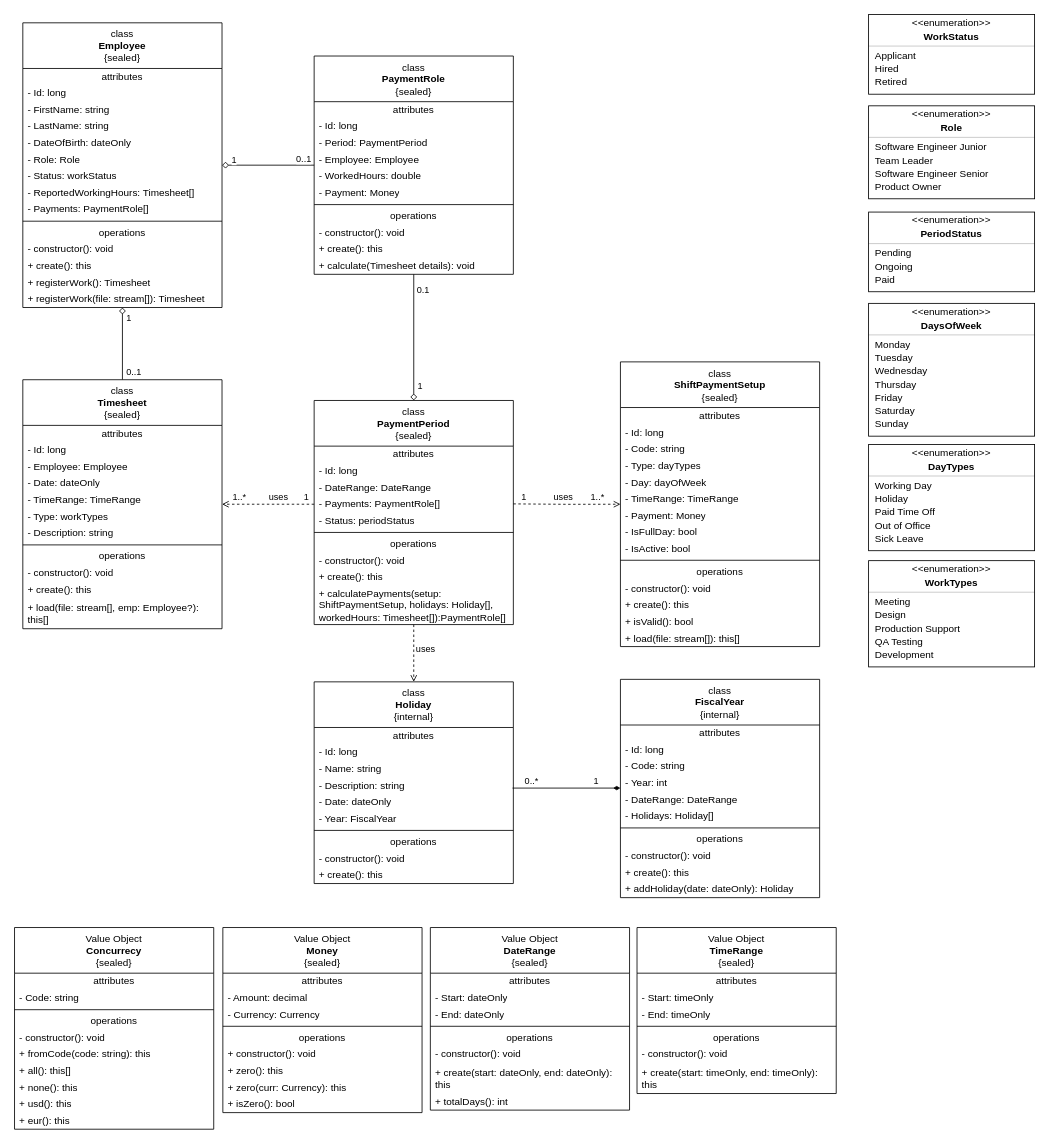
Earlier version of the draw.io diagram docs/diagrams/PaymentRole-app.drawio (rsmacias/PaymentCalculator). Source tidied: cells renumbered, new cells numbered last; positions are measured from the earlier drawing's top-left corner, leaving out a move shared by most shapes. Both pictures are drawn from the tidied source at 83%, with x=0, y=0 at pixel (14, 14).
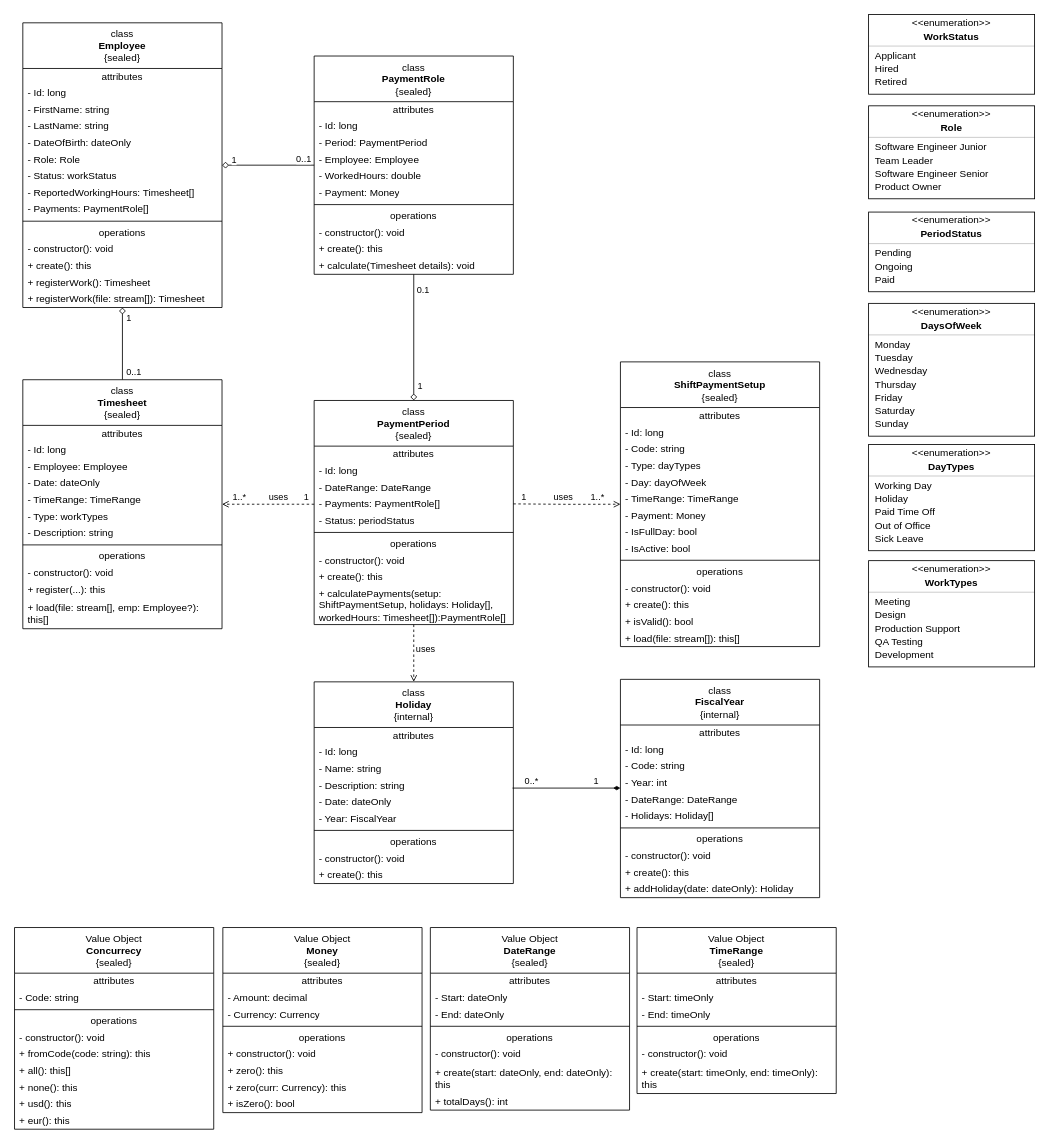
The same diagram, later.

Commit message (it also covers changes not shown here):
refactor(domain): added a static factory method to create the instance of the Timesheet entity along with its corresponding invariants. (Diagram updated according to the recent changes)

Unchanged cells that the change refers to:
```xml
<mxCell id="21" value="class&lt;br&gt;&lt;b&gt;Timesheet&lt;/b&gt;&lt;br&gt;{sealed}" style="swimlane;fontStyle=0;align=center;verticalAlign=top;horizontal=1;startSize=55;html=1;whiteSpace=wrap;" parent="1" vertex="1">
  <mxGeometry x="10" y="440" width="240" height="300" as="geometry" />
</mxCell>
```

Change to the diagram source:
```diff
@@
-    <mxCell id="32" value="+ create(): this" style="text;html=1;strokeColor=none;fillColor=none;align=left;verticalAlign=middle;spacingLeft=4;spacingRight=4;overflow=hidden;whiteSpace=wrap;" parent="21" vertex="1">
+    <mxCell id="32" value="+ register(...): this" style="text;html=1;strokeColor=none;fillColor=none;align=left;verticalAlign=middle;spacingLeft=4;spacingRight=4;overflow=hidden;whiteSpace=wrap;" parent="21" vertex="1">
       <mxGeometry y="243" width="240" height="20" as="geometry" />
     </mxCell>
```
